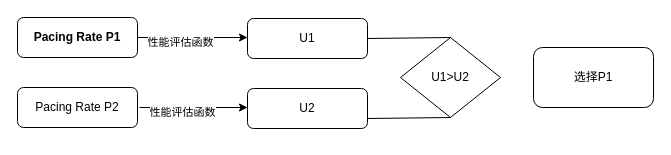
This is Untitled Diagram.drawio from ycopy/c11, a draw.io file, before an edit. Source tidied: cells renumbered, new cells numbered last; positions are measured from the earlier drawing's top-left corner, leaving out a move shared by most shapes. Both pictures are drawn from the tidied source at 100%, with x=0, y=0 at pixel (17, 17).
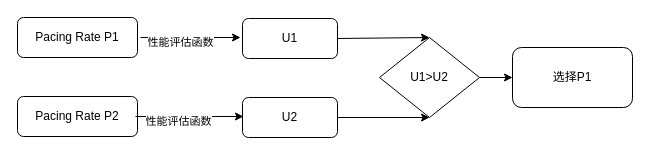
The same page after the edit.

Diff of the diagram source:
```diff
@@
 <mxGraphModel>
   <root>
     <mxCell id="0" />
     <mxCell id="1" parent="0" />
-    <mxCell id="2" value="Pacing Rate P1" style="rounded=1;whiteSpace=wrap;html=1;fontSize=12;glass=0;strokeWidth=1;shadow=0;fontStyle=1;" parent="1" vertex="1">
+    <mxCell id="2" value="&lt;span style=&quot;font-weight: normal;&quot;&gt;Pacing Rate P1&lt;/span&gt;" style="rounded=1;whiteSpace=wrap;html=1;fontSize=12;glass=0;strokeWidth=1;shadow=0;fontStyle=1;" parent="1" vertex="1">
       <mxGeometry width="120" height="40" as="geometry" />
     </mxCell>
     <mxCell id="3" value="Pacing Rate P2" style="rounded=1;whiteSpace=wrap;html=1;fontSize=12;glass=0;strokeWidth=1;shadow=0;" parent="1" vertex="1">
-      <mxGeometry y="70" width="120" height="40" as="geometry" />
+      <mxGeometry y="79" width="120" height="40" as="geometry" />
     </mxCell>
     <mxCell id="4" value="U1" style="rounded=1;whiteSpace=wrap;html=1;fontSize=12;glass=0;strokeWidth=1;shadow=0;" parent="1" vertex="1">
-      <mxGeometry x="230" y="1" width="120" height="40" as="geometry" />
+      <mxGeometry x="225" y="1" width="95" height="40" as="geometry" />
     </mxCell>
     <mxCell id="5" value="U2" style="rounded=1;whiteSpace=wrap;html=1;fontSize=12;glass=0;strokeWidth=1;shadow=0;" parent="1" vertex="1">
-      <mxGeometry x="230" y="71" width="120" height="40" as="geometry" />
+      <mxGeometry x="225" y="80" width="95" height="40" as="geometry" />
     </mxCell>
-    <mxCell id="6" style="endArrow=classic;html=1;rounded=0;exitX=1;exitY=0.5;exitDx=0;exitDy=0;" parent="1" edge="1" source="2">
+    <mxCell id="6" style="endArrow=classic;html=1;rounded=0;exitX=1;exitY=0.5;exitDx=0;exitDy=0;" parent="1" edge="1">
       <mxGeometry relative="1" as="geometry">
-        <mxPoint x="230" y="20" as="targetPoint" />
+        <mxPoint x="123" y="20" as="sourcePoint" />
+        <mxPoint x="223" y="20" as="targetPoint" />
       </mxGeometry>
     </mxCell>
     <mxCell id="7" value="性能评估函数" style="edgeLabel;html=1;align=center;verticalAlign=middle;" parent="6" vertex="1">
       <mxGeometry x="-0.23" y="-4" relative="1" as="geometry" />
     </mxCell>
     <mxCell id="8" style="endArrow=classic;html=1;rounded=0;exitX=1;exitY=0.5;exitDx=0;exitDy=0;" parent="1" edge="1">
       <mxGeometry relative="1" as="geometry">
-        <mxPoint x="122" y="90" as="sourcePoint" />
-        <mxPoint x="230" y="90" as="targetPoint" />
+        <mxPoint x="118" y="99" as="sourcePoint" />
+        <mxPoint x="226" y="99" as="targetPoint" />
       </mxGeometry>
     </mxCell>
     <mxCell id="9" value="性能评估函数" style="edgeLabel;html=1;align=center;verticalAlign=middle;" parent="8" vertex="1">
       <mxGeometry x="-0.23" y="-4" relative="1" as="geometry" />
     </mxCell>
     <mxCell id="10" value="U1&amp;gt;U2" style="rhombus;whiteSpace=wrap;html=1;" parent="1" vertex="1">
-      <mxGeometry x="383" y="20" width="100" height="80" as="geometry" />
+      <mxGeometry x="362" y="20" width="100" height="80" as="geometry" />
     </mxCell>
+    <mxCell id="13" value="选择P1" style="rounded=1;whiteSpace=wrap;html=1;" parent="1" vertex="1">
+      <mxGeometry x="495" y="30" width="120" height="60" as="geometry" />
+    </mxCell>
+    <mxCell id="14" style="endArrow=classic;html=1;rounded=0;entryX=0;entryY=0.5;entryDx=0;entryDy=0;" parent="1" edge="1" source="10" target="13">
+      <mxGeometry relative="1" as="geometry" />
+    </mxCell>
-    <mxCell id="11" style="endArrow=none;html=1;rounded=0;entryX=0.5;entryY=0;entryDx=0;entryDy=0;exitX=1;exitY=0.5;exitDx=0;exitDy=0;" parent="1" edge="1" source="4" target="10">
+    <mxCell id="11" style="endArrow=classic;html=1;rounded=0;entryX=0.5;entryY=0;entryDx=0;entryDy=0;exitX=1;exitY=0.5;exitDx=0;exitDy=0;" parent="1" edge="1" source="4" target="10">
       <mxGeometry relative="1" as="geometry" />
     </mxCell>
-    <mxCell id="12" style="endArrow=none;html=1;rounded=0;entryX=0.5;entryY=1;entryDx=0;entryDy=0;exitX=1;exitY=0.75;exitDx=0;exitDy=0;" parent="1" edge="1" source="5" target="10">
+    <mxCell id="12" style="endArrow=classic;html=1;rounded=0;entryX=0.5;entryY=1;entryDx=0;entryDy=0;exitX=1;exitY=0.5;exitDx=0;exitDy=0;" parent="1" edge="1" source="5" target="10">
       <mxGeometry relative="1" as="geometry" />
     </mxCell>
-    <mxCell id="13" value="选择P1" style="rounded=1;whiteSpace=wrap;html=1;" parent="1" vertex="1">
-      <mxGeometry x="516" y="30" width="120" height="60" as="geometry" />
-    </mxCell>
   </root>
 </mxGraphModel>
```
